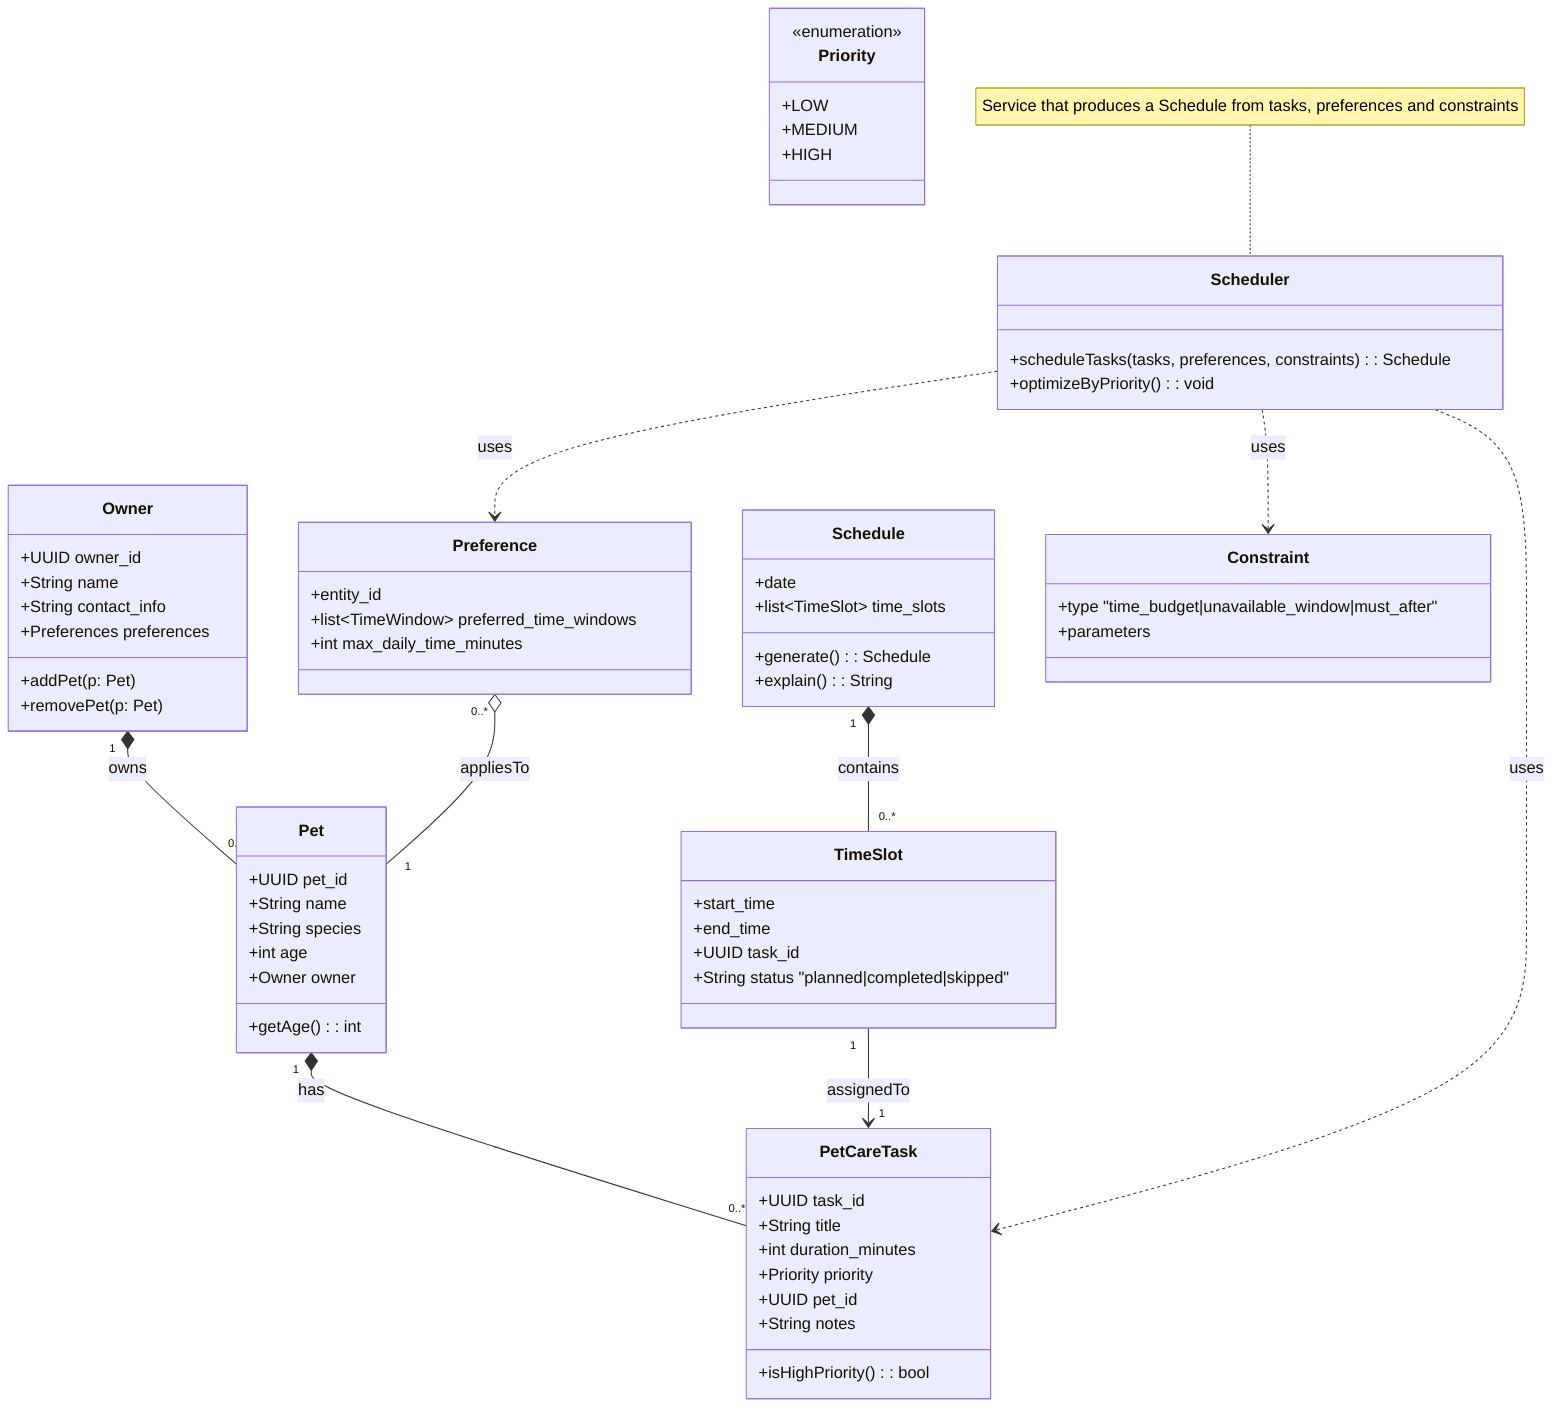
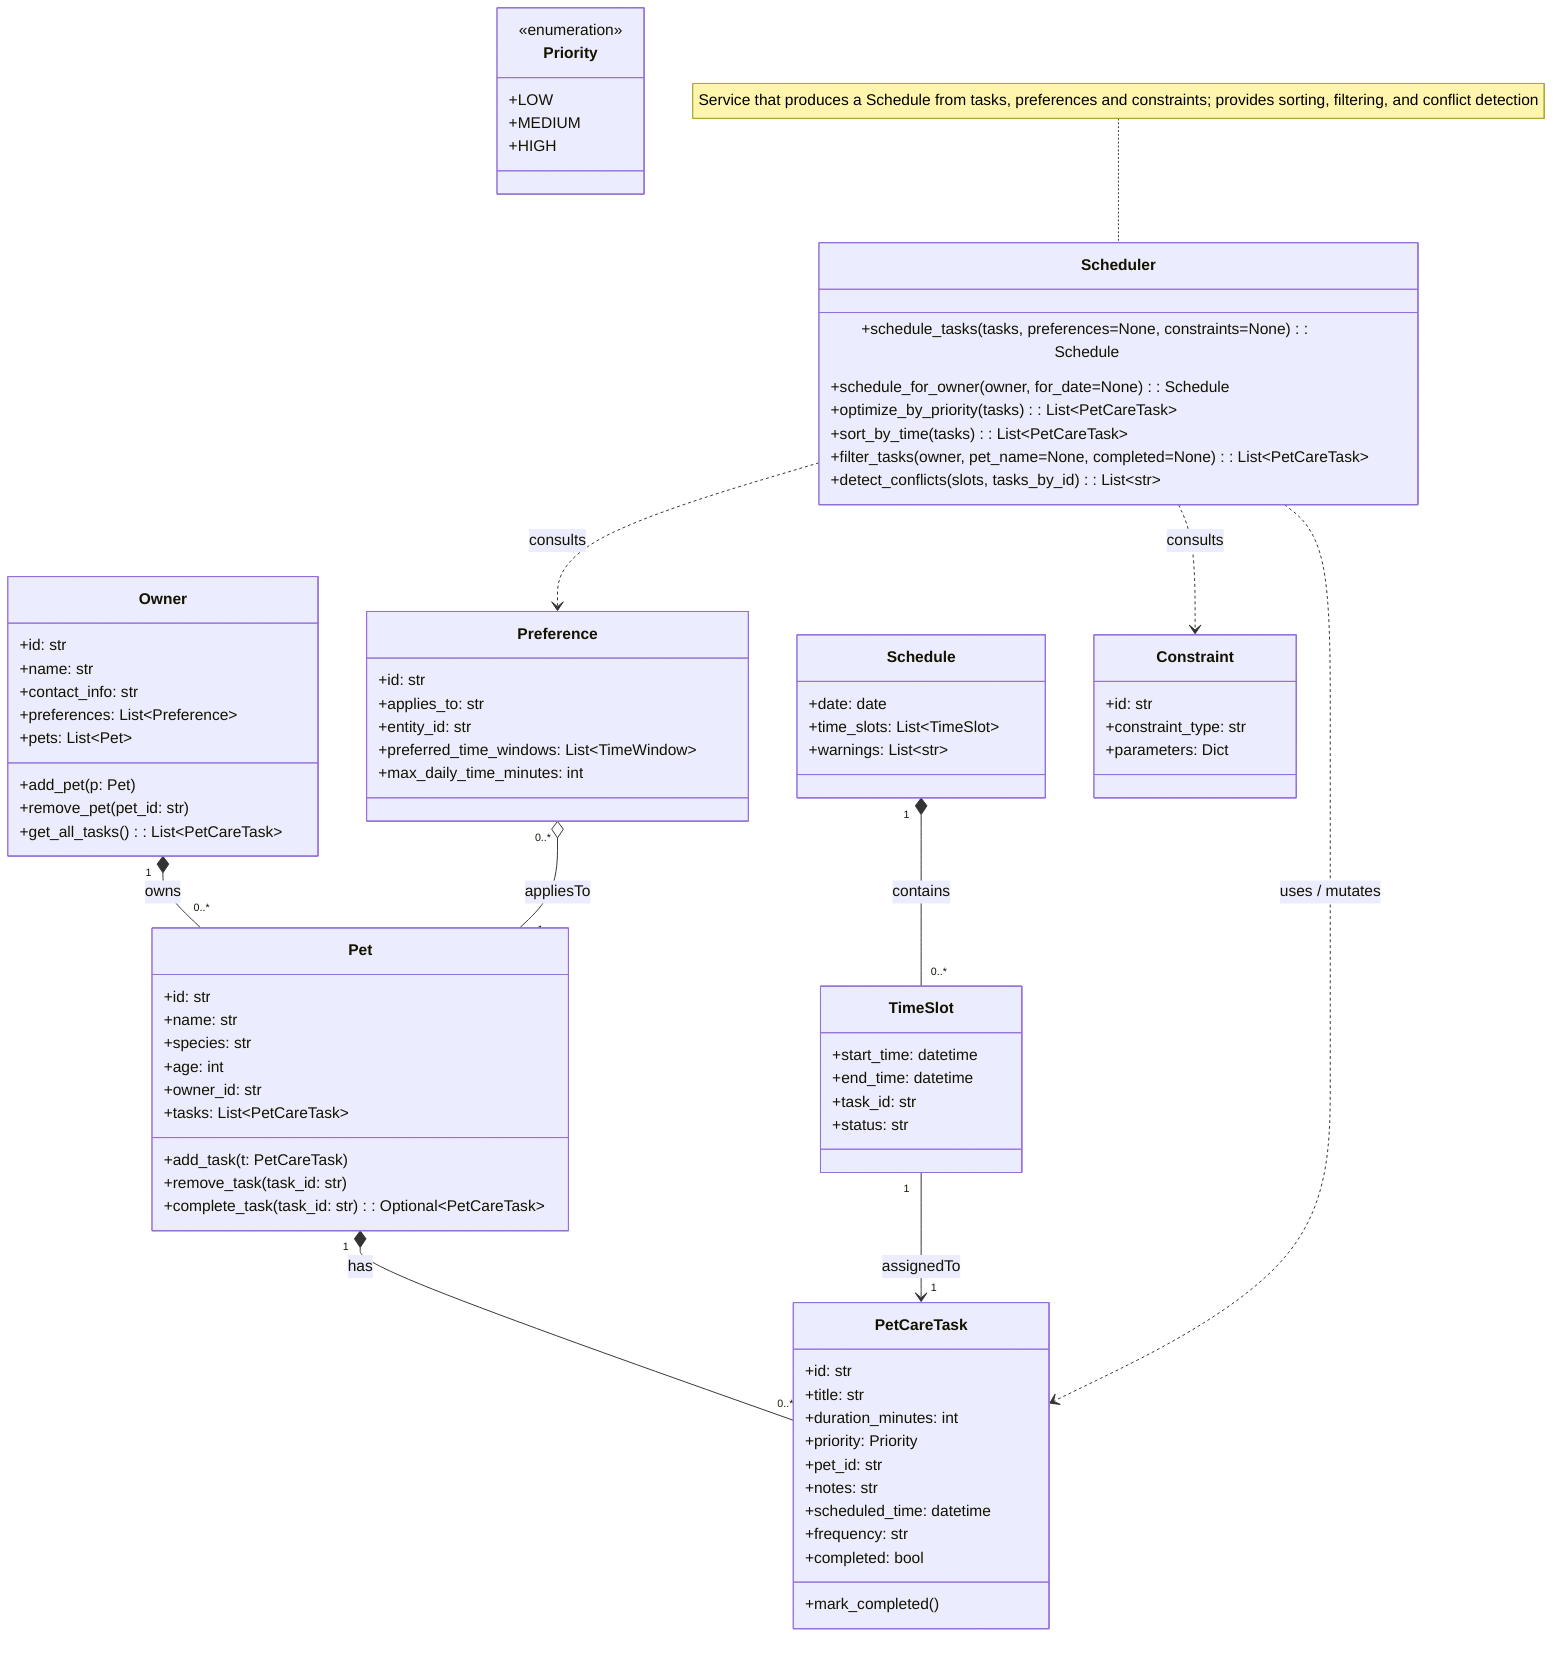
classDiagram

class Owner {
-   +UUID owner_id
-   +String name
-   +String contact_info
-   +Preferences preferences
-   +addPet(p: Pet)
-   +removePet(p: Pet)
+   +id: str
+   +name: str
+   +contact_info: str
+   +preferences: List~Preference~
+   +pets: List~Pet~
+   +add_pet(p: Pet)
+   +remove_pet(pet_id: str)
+   +get_all_tasks(): List~PetCareTask~
}

class Pet {
-   +UUID pet_id
-   +String name
-   +String species
-   +int age
-   +Owner owner
-   +getAge(): int
+   +id: str
+   +name: str
+   +species: str
+   +age: int
+   +owner_id: str
+   +tasks: List~PetCareTask~
+   +add_task(t: PetCareTask)
+   +remove_task(task_id: str)
+   +complete_task(task_id: str): Optional~PetCareTask~
}

class PetCareTask {
-   +UUID task_id
-   +String title
-   +int duration_minutes
-   +Priority priority
-   +UUID pet_id
-   +String notes
-   +isHighPriority(): bool
+   +id: str
+   +title: str
+   +duration_minutes: int
+   +priority: Priority
+   +pet_id: str
+   +notes: str
+   +scheduled_time: datetime
+   +frequency: str
+   +completed: bool
+   +mark_completed()
+ }
+ 
+ class TimeSlot {
+   +start_time: datetime
+   +end_time: datetime
+   +task_id: str
+   +status: str
}

class Schedule {
-   +date
-   +list~TimeSlot~ time_slots
-   +generate(): Schedule
-   +explain(): String
- }
- 
- class TimeSlot {
-   +start_time
-   +end_time
-   +UUID task_id
-   +String status  "planned|completed|skipped"
+   +date: date
+   +time_slots: List~TimeSlot~
+   +warnings: List~str~
}

class Preference {
-   +entity_id
-   +list~TimeWindow~ preferred_time_windows
-   +int max_daily_time_minutes
+   +id: str
+   +applies_to: str
+   +entity_id: str
+   +preferred_time_windows: List~TimeWindow~
+   +max_daily_time_minutes: int
}

class Constraint {
-   +type  "time_budget|unavailable_window|must_after"
-   +parameters
+   +id: str
+   +constraint_type: str
+   +parameters: Dict
}

class Scheduler {
-   +scheduleTasks(tasks, preferences, constraints): Schedule
-   +optimizeByPriority(): void
+   +schedule_tasks(tasks, preferences=None, constraints=None): Schedule
+   +schedule_for_owner(owner, for_date=None): Schedule
+   +optimize_by_priority(tasks): List~PetCareTask~
+   +sort_by_time(tasks): List~PetCareTask~
+   +filter_tasks(owner, pet_name=None, completed=None): List~PetCareTask~
+   +detect_conflicts(slots, tasks_by_id): List~str~
}

class Priority {
  <<enumeration>>
  +LOW
  +MEDIUM
  +HIGH
}

%% Relationships
Owner "1" *-- "0..*" Pet : owns
Pet "1" *-- "0..*" PetCareTask : has
Schedule "1" *-- "0..*" TimeSlot : contains
TimeSlot "1" --> "1" PetCareTask : assignedTo
- Scheduler ..> PetCareTask : uses
- Scheduler ..> Preference : uses
- Scheduler ..> Constraint : uses
+ Scheduler ..> PetCareTask : uses / mutates
+ Scheduler ..> Preference : consults
+ Scheduler ..> Constraint : consults
Preference "0..*" o-- "1" Pet : appliesTo

- %% Notes
- note for Scheduler "Service that produces a Schedule from tasks, preferences and constraints"+ note for Scheduler "Service that produces a Schedule from tasks, preferences and constraints; provides sorting, filtering, and conflict detection"